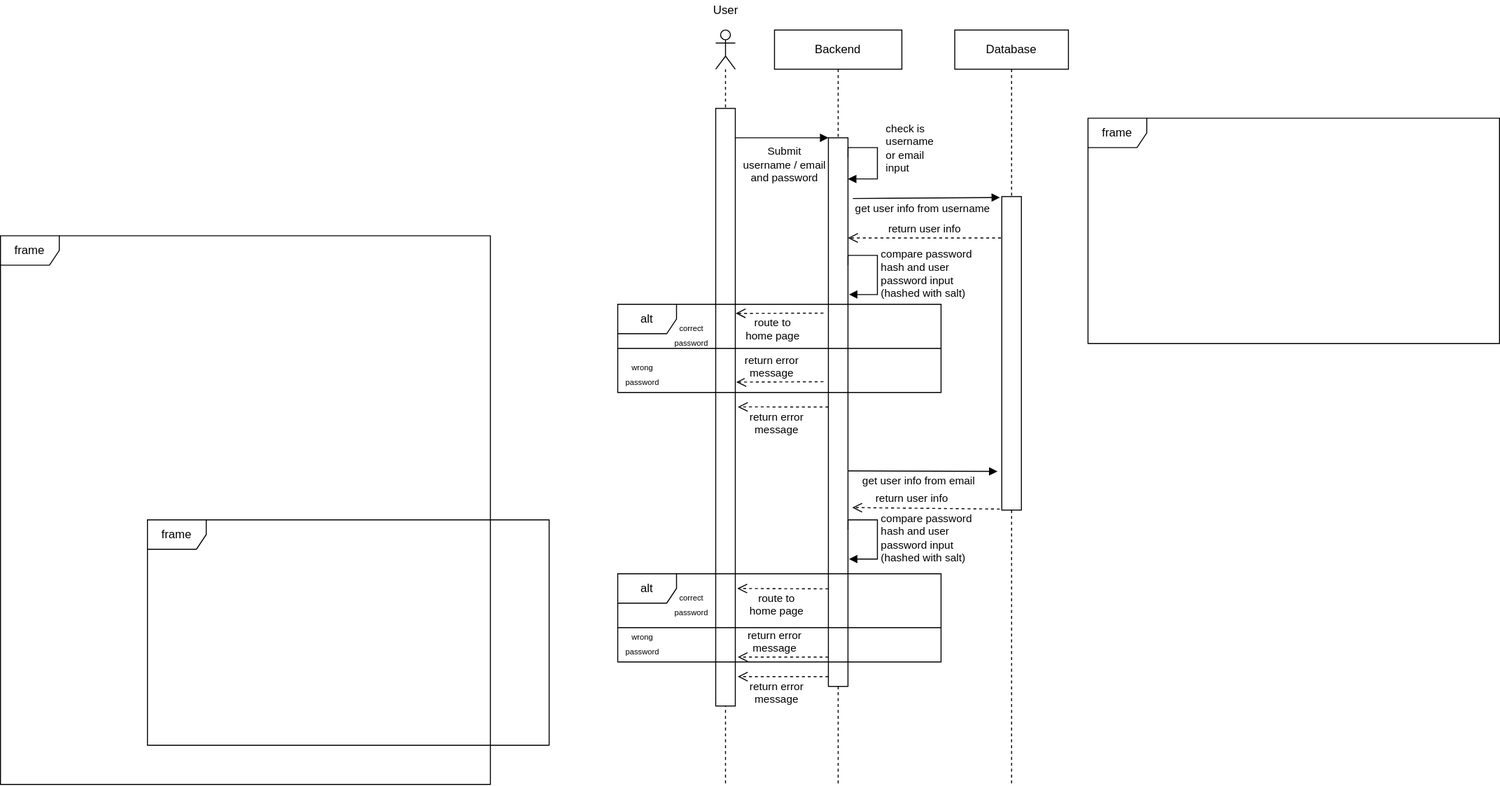
Earlier version of the draw.io export specifications/src/sequence_diagram_login.drawio.svg (alex-au-922/sleekflow_coding_test). Source tidied: cells renumbered, new cells last; positions are measured from the earlier drawing's top-left corner, leaving out a move shared by most shapes.
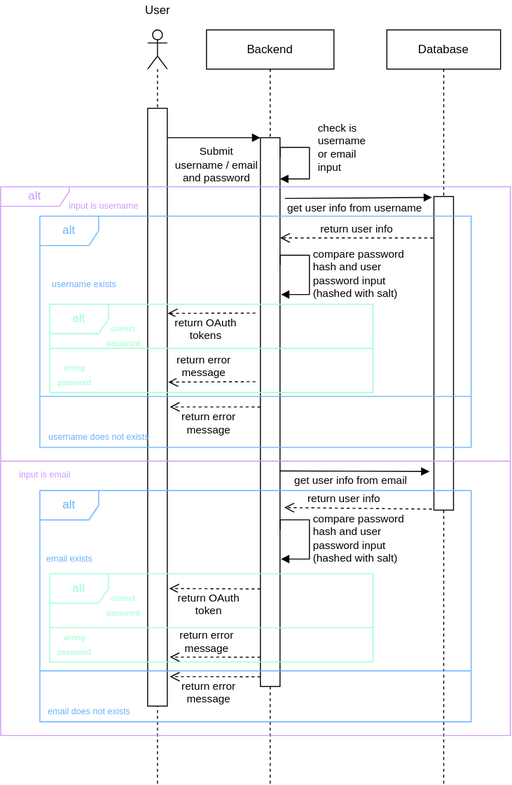
The same diagram one commit later.

Change to the diagram source:
```diff
@@ -62,7 +62,7 @@
         </Array>
       </mxGeometry>
     </mxCell>
-    <mxCell id="12" value="route to&lt;br&gt;home page" style="html=1;verticalAlign=bottom;endArrow=open;dashed=1;endSize=8;entryX=1.034;entryY=0.387;entryDx=0;entryDy=0;entryPerimeter=0;exitX=-0.067;exitY=0.355;exitDx=0;exitDy=0;exitPerimeter=0;" parent="4" edge="1">
+    <mxCell id="12" value="return OAuth&lt;br&gt;token" style="html=1;verticalAlign=bottom;endArrow=open;dashed=1;endSize=8;entryX=1.034;entryY=0.387;entryDx=0;entryDy=0;entryPerimeter=0;exitX=-0.067;exitY=0.355;exitDx=0;exitDy=0;exitPerimeter=0;" parent="4" edge="1">
       <mxGeometry x="0.15" y="32" relative="1" as="geometry">
         <mxPoint x="55" y="570.5" as="sourcePoint" />
         <mxPoint x="-38" y="570" as="targetPoint" />
@@ -80,6 +80,15 @@
         <mxPoint x="-37.4" y="660" as="targetPoint" />
       </mxGeometry>
     </mxCell>
+    <mxCell id="24" value="&lt;font color=&quot;#99ffcc&quot;&gt;alt&lt;/font&gt;" style="shape=umlFrame;whiteSpace=wrap;html=1;strokeColor=#99FFCC;" parent="4" vertex="1">
+      <mxGeometry x="-160" y="280" width="330" height="90" as="geometry" />
+    </mxCell>
+    <mxCell id="29" value="&lt;font style=&quot;font-size: 8px&quot;&gt;&lt;font color=&quot;#99ffcc&quot;&gt;correct&lt;br&gt;password&lt;/font&gt;&lt;br&gt;&lt;/font&gt;" style="text;html=1;align=center;verticalAlign=middle;fillColor=none;strokeColor=none;rounded=0;" parent="4" vertex="1">
+      <mxGeometry x="-110" y="291" width="50" height="40" as="geometry" />
+    </mxCell>
+    <mxCell id="30" value="&lt;font style=&quot;font-size: 8px&quot;&gt;&lt;font color=&quot;#99ffcc&quot;&gt;wrong&lt;br&gt;password&lt;/font&gt;&lt;br&gt;&lt;/font&gt;" style="text;html=1;align=center;verticalAlign=middle;fillColor=none;strokeColor=none;rounded=0;" parent="4" vertex="1">
+      <mxGeometry x="-160" y="331" width="50" height="40" as="geometry" />
+    </mxCell>
     <mxCell id="15" value="Database" style="shape=umlLifeline;perimeter=lifelinePerimeter;whiteSpace=wrap;html=1;" parent="1" vertex="1">
       <mxGeometry x="974" y="30" width="116" height="770" as="geometry" />
     </mxCell>
@@ -97,7 +106,7 @@
     <mxCell id="19" value="return user info" style="html=1;verticalAlign=bottom;endArrow=open;dashed=1;endSize=8;exitX=-0.043;exitY=0.132;exitDx=0;exitDy=0;exitPerimeter=0;" parent="1" edge="1" source="16" target="6">
       <mxGeometry relative="1" as="geometry" />
     </mxCell>
-    <mxCell id="20" value="route to&lt;br&gt;home page" style="html=1;verticalAlign=bottom;endArrow=open;dashed=1;endSize=8;entryX=1.021;entryY=0.343;entryDx=0;entryDy=0;entryPerimeter=0;" parent="1" edge="1" target="3">
+    <mxCell id="20" value="return OAuth&lt;br&gt;tokens" style="html=1;verticalAlign=bottom;endArrow=open;dashed=1;endSize=8;entryX=1.021;entryY=0.343;entryDx=0;entryDy=0;entryPerimeter=0;" parent="1" edge="1" target="3">
       <mxGeometry x="0.15" y="32" relative="1" as="geometry">
         <mxPoint x="840" y="319" as="sourcePoint" />
       </mxGeometry>
@@ -118,38 +127,56 @@
         <mxPoint x="752.6" y="414.7" as="targetPoint" />
       </mxGeometry>
     </mxCell>
-    <mxCell id="24" value="alt" style="shape=umlFrame;whiteSpace=wrap;html=1;" parent="1" vertex="1">
-      <mxGeometry x="630" y="310" width="330" height="90" as="geometry" />
-    </mxCell>
-    <mxCell id="25" value="frame" style="shape=umlFrame;whiteSpace=wrap;html=1;" parent="1" vertex="1">
-      <mxGeometry x="1110" y="120" width="420" height="230" as="geometry" />
-    </mxCell>
-    <mxCell id="26" value="frame" style="shape=umlFrame;whiteSpace=wrap;html=1;" parent="1" vertex="1">
-      <mxGeometry x="150" y="530" width="410" height="230" as="geometry" />
-    </mxCell>
-    <mxCell id="27" value="frame" style="shape=umlFrame;whiteSpace=wrap;html=1;" parent="1" vertex="1">
-      <mxGeometry y="240" width="500" height="560" as="geometry" />
+    <mxCell id="27" value="alt" style="shape=umlFrame;whiteSpace=wrap;html=1;width=70;height=20;fontColor=#CC99FF;strokeColor=#CC99FF;" parent="1" vertex="1">
+      <mxGeometry x="580" y="190" width="520" height="560" as="geometry" />
     </mxCell>
-    <mxCell id="28" style="line;strokeWidth=1;fillColor=none;align=left;verticalAlign=middle;spacingTop=-1;spacingLeft=3;spacingRight=3;labelPosition=right;" parent="1" vertex="1">
+    <mxCell id="28" style="line;strokeWidth=1;fillColor=none;align=left;verticalAlign=middle;spacingTop=-1;spacingLeft=3;spacingRight=3;labelPosition=right;strokeColor=#99FFCC;" parent="1" vertex="1">
       <mxGeometry x="630" y="351" width="330" height="8" as="geometry" />
     </mxCell>
-    <mxCell id="29" value="&lt;font style=&quot;font-size: 8px&quot;&gt;correct&lt;br&gt;password&lt;br&gt;&lt;/font&gt;" style="text;html=1;align=center;verticalAlign=middle;fillColor=none;strokeColor=none;rounded=0;" parent="1" vertex="1">
-      <mxGeometry x="680" y="321" width="50" height="40" as="geometry" />
-    </mxCell>
-    <mxCell id="30" value="&lt;font style=&quot;font-size: 8px&quot;&gt;wrong&lt;br&gt;password&lt;br&gt;&lt;/font&gt;" style="text;html=1;align=center;verticalAlign=middle;fillColor=none;strokeColor=none;rounded=0;" parent="1" vertex="1">
-      <mxGeometry x="630" y="361" width="50" height="40" as="geometry" />
-    </mxCell>
-    <mxCell id="31" value="alt" style="shape=umlFrame;whiteSpace=wrap;html=1;" parent="1" vertex="1">
+    <mxCell id="31" value="&lt;font color=&quot;#99ffcc&quot;&gt;alt&lt;/font&gt;" style="shape=umlFrame;whiteSpace=wrap;html=1;strokeColor=#99FFCC;" parent="1" vertex="1">
       <mxGeometry x="630" y="585" width="330" height="90" as="geometry" />
     </mxCell>
-    <mxCell id="32" value="&lt;font style=&quot;font-size: 8px&quot;&gt;correct&lt;br&gt;password&lt;br&gt;&lt;/font&gt;" style="text;html=1;align=center;verticalAlign=middle;fillColor=none;strokeColor=none;rounded=0;" parent="1" vertex="1">
+    <mxCell id="32" value="&lt;font style=&quot;font-size: 8px&quot;&gt;&lt;font color=&quot;#99ffcc&quot;&gt;correct&lt;br&gt;password&lt;/font&gt;&lt;br&gt;&lt;/font&gt;" style="text;html=1;align=center;verticalAlign=middle;fillColor=none;strokeColor=none;rounded=0;" parent="1" vertex="1">
       <mxGeometry x="680" y="596" width="50" height="40" as="geometry" />
     </mxCell>
-    <mxCell id="33" value="&lt;font style=&quot;font-size: 8px&quot;&gt;wrong&lt;br&gt;password&lt;br&gt;&lt;/font&gt;" style="text;html=1;align=center;verticalAlign=middle;fillColor=none;strokeColor=none;rounded=0;" parent="1" vertex="1">
+    <mxCell id="33" value="&lt;font style=&quot;font-size: 8px&quot;&gt;&lt;font color=&quot;#99ffcc&quot;&gt;wrong&lt;br&gt;password&lt;/font&gt;&lt;br&gt;&lt;/font&gt;" style="text;html=1;align=center;verticalAlign=middle;fillColor=none;strokeColor=none;rounded=0;" parent="1" vertex="1">
       <mxGeometry x="630" y="636" width="50" height="40" as="geometry" />
     </mxCell>
-    <mxCell id="34" style="line;strokeWidth=1;fillColor=none;align=left;verticalAlign=middle;spacingTop=-1;spacingLeft=3;spacingRight=3;labelPosition=right;" parent="1" vertex="1">
+    <mxCell id="34" style="line;strokeWidth=1;fillColor=none;align=left;verticalAlign=middle;spacingTop=-1;spacingLeft=3;spacingRight=3;labelPosition=right;strokeColor=#99FFCC;" parent="1" vertex="1">
       <mxGeometry x="630" y="636" width="330" height="8" as="geometry" />
     </mxCell>
+    <mxCell id="26" value="&lt;font color=&quot;#66b2ff&quot;&gt;alt&lt;/font&gt;" style="shape=umlFrame;whiteSpace=wrap;html=1;strokeColor=#66B2FF;" parent="1" vertex="1">
+      <mxGeometry x="620" y="500" width="440" height="236" as="geometry" />
+    </mxCell>
+    <mxCell id="35" style="line;strokeWidth=1;fillColor=none;align=left;verticalAlign=middle;spacingTop=-1;spacingLeft=3;spacingRight=3;labelPosition=right;fontColor=#99FFCC;strokeColor=#66B2FF;" parent="1" vertex="1">
+      <mxGeometry x="620" y="680" width="440" height="8" as="geometry" />
+    </mxCell>
+    <mxCell id="36" value="email exists" style="text;html=1;align=center;verticalAlign=middle;fillColor=none;strokeColor=none;rounded=0;fontColor=#66B2FF;fontSize=9;" parent="1" vertex="1">
+      <mxGeometry x="620" y="560" width="60" height="20" as="geometry" />
+    </mxCell>
+    <mxCell id="37" value="email does not exists" style="text;html=1;align=center;verticalAlign=middle;fillColor=none;strokeColor=none;rounded=0;fontColor=#66B2FF;fontSize=9;" parent="1" vertex="1">
+      <mxGeometry x="620" y="716" width="100" height="20" as="geometry" />
+    </mxCell>
+    <mxCell id="38" value="&lt;font color=&quot;#66b2ff&quot;&gt;alt&lt;/font&gt;" style="shape=umlFrame;whiteSpace=wrap;html=1;strokeColor=#66B2FF;" parent="1" vertex="1">
+      <mxGeometry x="620" y="220" width="440" height="236" as="geometry" />
+    </mxCell>
+    <mxCell id="39" style="line;strokeWidth=1;fillColor=none;align=left;verticalAlign=middle;spacingTop=-1;spacingLeft=3;spacingRight=3;labelPosition=right;fontColor=#99FFCC;strokeColor=#66B2FF;" parent="1" vertex="1">
+      <mxGeometry x="620" y="400" width="440" height="8" as="geometry" />
+    </mxCell>
+    <mxCell id="40" value="username exists" style="text;html=1;align=center;verticalAlign=middle;fillColor=none;strokeColor=none;rounded=0;fontColor=#66B2FF;fontSize=9;" parent="1" vertex="1">
+      <mxGeometry x="625" y="280" width="80" height="20" as="geometry" />
+    </mxCell>
+    <mxCell id="41" value="username does not exists" style="text;html=1;align=center;verticalAlign=middle;fillColor=none;strokeColor=none;rounded=0;fontColor=#66B2FF;fontSize=9;" parent="1" vertex="1">
+      <mxGeometry x="620" y="436" width="120" height="20" as="geometry" />
+    </mxCell>
+    <mxCell id="42" style="line;strokeWidth=1;fillColor=none;align=left;verticalAlign=middle;spacingTop=-1;spacingLeft=3;spacingRight=3;labelPosition=right;fontSize=9;fontColor=#CC99FF;strokeColor=#CC99FF;" parent="1" vertex="1">
+      <mxGeometry x="580" y="466" width="520" height="8" as="geometry" />
+    </mxCell>
+    <mxCell id="43" value="input is username" style="text;html=1;align=center;verticalAlign=middle;fillColor=none;strokeColor=none;rounded=0;fontSize=9;fontColor=#CC99FF;" parent="1" vertex="1">
+      <mxGeometry x="640" y="200" width="90" height="20" as="geometry" />
+    </mxCell>
+    <mxCell id="44" value="input is email" style="text;html=1;align=center;verticalAlign=middle;fillColor=none;strokeColor=none;rounded=0;fontSize=9;fontColor=#CC99FF;" parent="1" vertex="1">
+      <mxGeometry x="590" y="474" width="70" height="20" as="geometry" />
+    </mxCell>
   </root>
 </mxGraphModel>
```
